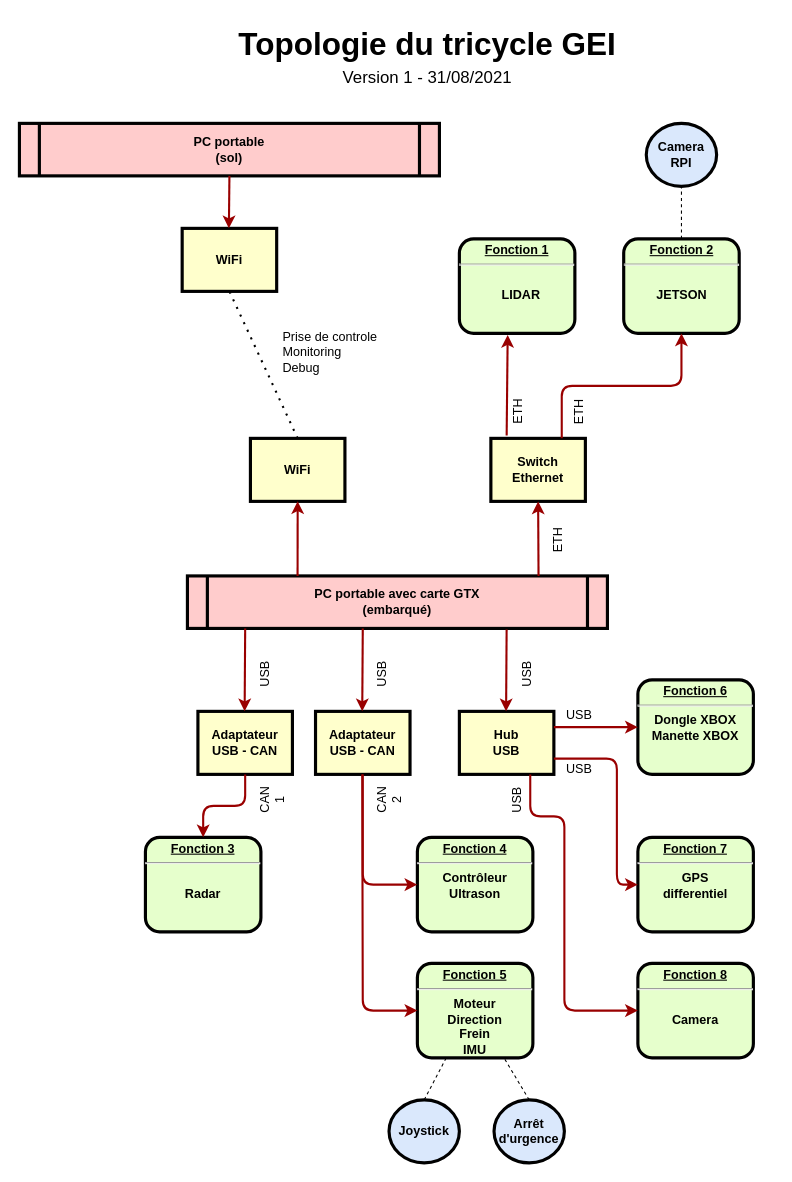
This is geicar/documentation/topologie.drawio from pehladik/geicar, a draw.io file, before an edit. Source tidied: cells renumbered, new cells numbered last; positions are measured from the earlier drawing's top-left corner, leaving out a move shared by most shapes. Both pictures are drawn from the tidied source at 105%, with x=0, y=0 at pixel (19, 18).
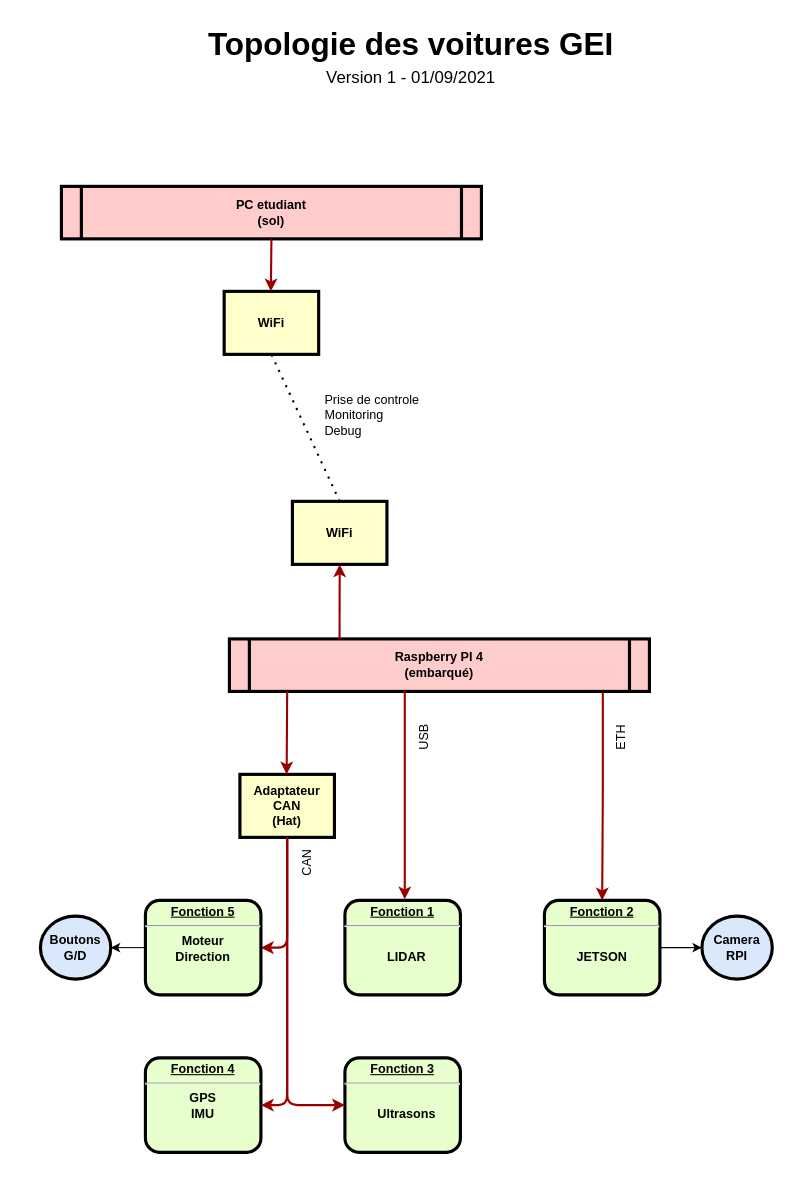
After the change.

Commit message (it also covers changes not shown here):
Mise a jour de la topologie de geicar

Change to the diagram source:
```diff
@@
-    <mxCell id="2" value="Switch Ethernet" style="whiteSpace=wrap;align=center;verticalAlign=middle;fontStyle=1;strokeWidth=3;fillColor=#FFFFCC;" parent="1" vertex="1">
-      <mxGeometry x="449" y="400" width="90" height="60" as="geometry" />
-    </mxCell>
-    <mxCell id="3" value="PC portable avec carte GTX &#10;(embarqué)" style="shape=process;whiteSpace=wrap;align=center;verticalAlign=middle;size=0.0475;fontStyle=1;strokeWidth=3;fillColor=#FFCCCC;" parent="1" vertex="1">
-      <mxGeometry x="160" y="531" width="400" height="50" as="geometry" />
+    <mxCell id="3" value="&#10;Raspberry PI 4&#10;(embarqué)&#10;" style="shape=process;whiteSpace=wrap;align=center;verticalAlign=middle;size=0.0475;fontStyle=1;strokeWidth=3;fillColor=#FFCCCC;" parent="1" vertex="1">
+      <mxGeometry x="200" y="591" width="400" height="50" as="geometry" />
     </mxCell>
     <mxCell id="4" value="&lt;p style=&quot;margin: 0px ; margin-top: 4px ; text-align: center ; text-decoration: underline&quot;&gt;&lt;strong&gt;Fonction 1&lt;br&gt;&lt;/strong&gt;&lt;/p&gt;&lt;hr&gt;&lt;p style=&quot;margin: 0px ; margin-left: 8px&quot;&gt;&lt;br&gt;&lt;/p&gt;&lt;p style=&quot;margin: 0px ; margin-left: 8px&quot; align=&quot;center&quot;&gt;LIDAR&lt;br&gt;&lt;/p&gt;" style="verticalAlign=middle;align=center;overflow=fill;fontSize=12;fontFamily=Helvetica;html=1;rounded=1;fontStyle=1;strokeWidth=3;fillColor=#E6FFCC;" parent="1" vertex="1">
-      <mxGeometry x="419" y="210" width="110" height="90" as="geometry" />
+      <mxGeometry x="310" y="840" width="110" height="90" as="geometry" />
     </mxCell>
     <mxCell id="5" value="&lt;p style=&quot;margin: 0px ; margin-top: 4px ; text-align: center ; text-decoration: underline&quot;&gt;&lt;strong&gt;&lt;strong&gt;Fonction 2&lt;/strong&gt;&lt;br&gt;&lt;/strong&gt;&lt;/p&gt;&lt;hr&gt;&lt;div&gt;&lt;br&gt;&lt;/div&gt;&lt;div&gt;JETSON&lt;/div&gt;" style="verticalAlign=middle;align=center;overflow=fill;fontSize=12;fontFamily=Helvetica;html=1;rounded=1;fontStyle=1;strokeWidth=3;fillColor=#E6FFCC;" parent="1" vertex="1">
-      <mxGeometry x="575.5" y="210" width="110" height="90" as="geometry" />
+      <mxGeometry x="500" y="840" width="110" height="90" as="geometry" />
     </mxCell>
-    <mxCell id="6" value="&lt;p style=&quot;margin: 0px ; margin-top: 4px ; text-align: center ; text-decoration: underline&quot;&gt;&lt;strong&gt;&lt;strong&gt;Fonction 3&lt;/strong&gt;&lt;/strong&gt;&lt;/p&gt;&lt;hr&gt;&lt;div&gt;&lt;br&gt;&lt;/div&gt;&lt;div&gt;Radar&lt;/div&gt;" style="verticalAlign=middle;align=center;overflow=fill;fontSize=12;fontFamily=Helvetica;html=1;rounded=1;fontStyle=1;strokeWidth=3;fillColor=#E6FFCC;" parent="1" vertex="1">
-      <mxGeometry x="120" y="780" width="110" height="90" as="geometry" />
-    </mxCell>
-    <mxCell id="7" value="Hub&#10; USB" style="whiteSpace=wrap;align=center;verticalAlign=middle;fontStyle=1;strokeWidth=3;fillColor=#FFFFCC;" parent="1" vertex="1">
-      <mxGeometry x="419" y="660" width="90" height="60" as="geometry" />
-    </mxCell>
-    <mxCell id="8" value="Adaptateur USB - CAN" style="whiteSpace=wrap;align=center;verticalAlign=middle;fontStyle=1;strokeWidth=3;fillColor=#FFFFCC;" parent="1" vertex="1">
-      <mxGeometry x="170" y="660" width="90" height="60" as="geometry" />
+    <mxCell id="8" value="&#10;Adaptateur CAN&#10;(Hat)&#10;" style="whiteSpace=wrap;align=center;verticalAlign=middle;fontStyle=1;strokeWidth=3;fillColor=#FFFFCC;" parent="1" vertex="1">
+      <mxGeometry x="210" y="720" width="90" height="60" as="geometry" />
     </mxCell>
     <mxCell id="9" style="edgeStyle=elbowEdgeStyle;elbow=horizontal;strokeColor=#990000;strokeWidth=2;entryX=0.5;entryY=0;entryDx=0;entryDy=0;" parent="1" edge="1" target="8">
       <mxGeometry relative="1" as="geometry">
-        <mxPoint x="215" y="581" as="sourcePoint" />
+        <mxPoint x="255" y="641" as="sourcePoint" />
         <Array as="points">
-          <mxPoint x="214.5" y="615" />
+          <mxPoint x="254.5" y="675" />
         </Array>
       </mxGeometry>
     </mxCell>
-    <mxCell id="10" value="USB" style="text;whiteSpace=wrap;html=1;rotation=-90;" parent="1" vertex="1">
-      <mxGeometry x="220" y="610" width="29" height="29" as="geometry" />
-    </mxCell>
-    <mxCell id="11" value="Adaptateur USB - CAN" style="whiteSpace=wrap;align=center;verticalAlign=middle;fontStyle=1;strokeWidth=3;fillColor=#FFFFCC;" parent="1" vertex="1">
-      <mxGeometry x="282" y="660" width="90" height="60" as="geometry" />
-    </mxCell>
-    <mxCell id="12" style="edgeStyle=elbowEdgeStyle;elbow=horizontal;strokeColor=#990000;strokeWidth=2;entryX=0.5;entryY=0;entryDx=0;entryDy=0;" parent="1" edge="1" target="11">
+    <mxCell id="12" style="elbow=horizontal;strokeColor=#990000;strokeWidth=2;edgeStyle=orthogonalEdgeStyle;" parent="1" edge="1">
       <mxGeometry relative="1" as="geometry">
-        <mxPoint x="327" y="581" as="sourcePoint" />
-        <Array as="points">
-          <mxPoint x="326.5" y="615" />
-        </Array>
+        <mxPoint x="367" y="641" as="sourcePoint" />
+        <mxPoint x="367" y="839" as="targetPoint" />
       </mxGeometry>
     </mxCell>
     <mxCell id="13" value="USB" style="text;whiteSpace=wrap;html=1;rotation=-90;" parent="1" vertex="1">
-      <mxGeometry x="332" y="610" width="29" height="29" as="geometry" />
+      <mxGeometry x="372" y="670" width="29" height="29" as="geometry" />
     </mxCell>
-    <mxCell id="14" style="strokeColor=#990000;strokeWidth=2;exitX=0.5;exitY=1;exitDx=0;exitDy=0;entryX=0.5;entryY=0;entryDx=0;entryDy=0;edgeStyle=orthogonalEdgeStyle;" parent="1" edge="1" source="8" target="6">
+    <mxCell id="14" style="strokeColor=#990000;strokeWidth=2;exitX=0.5;exitY=1;exitDx=0;exitDy=0;entryX=1;entryY=0.5;entryDx=0;entryDy=0;edgeStyle=orthogonalEdgeStyle;" parent="1" edge="1" source="8" target="15">
       <mxGeometry relative="1" as="geometry" />
     </mxCell>
-    <mxCell id="15" value="&lt;p style=&quot;margin: 0px ; margin-top: 4px ; text-align: center ; text-decoration: underline&quot;&gt;&lt;strong&gt;&lt;strong&gt;Fonction 5&lt;/strong&gt;&lt;br&gt;&lt;/strong&gt;&lt;/p&gt;&lt;hr&gt;&lt;div&gt;Moteur&lt;/div&gt;&lt;div&gt;Direction&lt;/div&gt;&lt;div&gt;Frein&lt;/div&gt;&lt;div&gt;IMU&lt;/div&gt;&lt;div&gt;&lt;br&gt;&lt;/div&gt;" style="verticalAlign=middle;align=center;overflow=fill;fontSize=12;fontFamily=Helvetica;html=1;rounded=1;fontStyle=1;strokeWidth=3;fillColor=#E6FFCC;" parent="1" vertex="1">
-      <mxGeometry x="379" y="900" width="110" height="90" as="geometry" />
+    <mxCell id="15" value="&lt;p style=&quot;margin: 0px ; margin-top: 4px ; text-align: center ; text-decoration: underline&quot;&gt;&lt;strong&gt;&lt;strong&gt;Fonction 5&lt;/strong&gt;&lt;br&gt;&lt;/strong&gt;&lt;/p&gt;&lt;hr&gt;&lt;div&gt;Moteur&lt;/div&gt;&lt;div&gt;Direction&lt;/div&gt;&lt;div&gt;&lt;br&gt;&lt;/div&gt;&lt;div&gt;&lt;br&gt;&lt;/div&gt;&lt;div&gt;&lt;br&gt;&lt;/div&gt;" style="verticalAlign=middle;align=center;overflow=fill;fontSize=12;fontFamily=Helvetica;html=1;rounded=1;fontStyle=1;strokeWidth=3;fillColor=#E6FFCC;" parent="1" vertex="1">
+      <mxGeometry x="120" y="840" width="110" height="90" as="geometry" />
     </mxCell>
-    <mxCell id="16" style="edgeStyle=elbowEdgeStyle;elbow=horizontal;strokeColor=#990000;strokeWidth=2;entryX=0;entryY=0.5;entryDx=0;entryDy=0;" parent="1" edge="1" target="15">
-      <mxGeometry relative="1" as="geometry">
-        <mxPoint x="326.5" y="720" as="sourcePoint" />
-        <Array as="points">
-          <mxPoint x="327" y="780" />
-        </Array>
-      </mxGeometry>
-    </mxCell>
-    <mxCell id="17" value="&lt;p style=&quot;margin: 0px ; margin-top: 4px ; text-align: center ; text-decoration: underline&quot;&gt;&lt;strong&gt;&lt;strong&gt;Fonction 4&lt;/strong&gt;&lt;br&gt;&lt;/strong&gt;&lt;/p&gt;&lt;hr&gt;&lt;div&gt;Contrôleur&lt;/div&gt;&lt;div&gt;Ultrason&lt;br&gt;&lt;/div&gt;" style="verticalAlign=middle;align=center;overflow=fill;fontSize=12;fontFamily=Helvetica;html=1;rounded=1;fontStyle=1;strokeWidth=3;fillColor=#E6FFCC;" parent="1" vertex="1">
-      <mxGeometry x="379" y="780" width="110" height="90" as="geometry" />
+    <mxCell id="17" value="&lt;p style=&quot;margin: 0px ; margin-top: 4px ; text-align: center ; text-decoration: underline&quot;&gt;&lt;strong&gt;&lt;strong&gt;Fonction 4&lt;/strong&gt;&lt;br&gt;&lt;/strong&gt;&lt;/p&gt;&lt;hr&gt;&lt;div&gt;GPS&lt;/div&gt;&lt;div&gt;IMU&lt;br&gt;&lt;/div&gt;" style="verticalAlign=middle;align=center;overflow=fill;fontSize=12;fontFamily=Helvetica;html=1;rounded=1;fontStyle=1;strokeWidth=3;fillColor=#E6FFCC;" parent="1" vertex="1">
+      <mxGeometry x="120" y="990" width="110" height="90" as="geometry" />
     </mxCell>
-    <mxCell id="18" style="edgeStyle=elbowEdgeStyle;elbow=horizontal;strokeColor=#990000;strokeWidth=2;exitX=0.5;exitY=1;exitDx=0;exitDy=0;entryX=0;entryY=0.5;entryDx=0;entryDy=0;" parent="1" edge="1" source="11" target="17">
-      <mxGeometry relative="1" as="geometry">
-        <Array as="points">
-          <mxPoint x="327" y="840" />
-        </Array>
-      </mxGeometry>
-    </mxCell>
-    <mxCell id="19" value="&lt;div align=&quot;center&quot;&gt;CAN&lt;br&gt;1&lt;/div&gt;&lt;div&gt;&lt;br&gt;&lt;/div&gt;" style="text;whiteSpace=wrap;html=1;rotation=-90;" parent="1" vertex="1">
-      <mxGeometry x="220" y="730" width="29" height="29" as="geometry" />
+    <mxCell id="19" value="&lt;div align=&quot;center&quot;&gt;CAN&lt;br&gt;&lt;/div&gt;&lt;div&gt;&lt;br&gt;&lt;/div&gt;" style="text;whiteSpace=wrap;html=1;rotation=-90;" parent="1" vertex="1">
+      <mxGeometry x="260" y="790" width="29" height="29" as="geometry" />
     </mxCell>
-    <mxCell id="20" value="&lt;div align=&quot;center&quot;&gt;CAN&lt;/div&gt;&lt;div align=&quot;center&quot;&gt;2&lt;br&gt;&lt;/div&gt;" style="text;whiteSpace=wrap;html=1;rotation=-90;" parent="1" vertex="1">
-      <mxGeometry x="332" y="730" width="29" height="29" as="geometry" />
-    </mxCell>
-    <mxCell id="21" style="edgeStyle=elbowEdgeStyle;elbow=horizontal;strokeColor=#990000;strokeWidth=2;entryX=0.5;entryY=0;entryDx=0;entryDy=0;" parent="1" edge="1" target="7">
-      <mxGeometry relative="1" as="geometry">
-        <mxPoint x="464" y="582" as="sourcePoint" />
-        <Array as="points">
-          <mxPoint x="463.5" y="615" />
-        </Array>
-      </mxGeometry>
-    </mxCell>
-    <mxCell id="22" value="USB" style="text;whiteSpace=wrap;html=1;rotation=-90;" parent="1" vertex="1">
-      <mxGeometry x="470" y="610" width="29" height="29" as="geometry" />
-    </mxCell>
-    <mxCell id="23" value="&lt;p style=&quot;margin: 0px ; margin-top: 4px ; text-align: center ; text-decoration: underline&quot;&gt;&lt;strong&gt;&lt;strong&gt;Fonction 7&lt;/strong&gt;&lt;br&gt;&lt;/strong&gt;&lt;/p&gt;&lt;hr&gt;GPS&lt;br&gt;differentiel&lt;br&gt;&lt;div&gt;&lt;br&gt;&lt;/div&gt;" style="verticalAlign=middle;align=center;overflow=fill;fontSize=12;fontFamily=Helvetica;html=1;rounded=1;fontStyle=1;strokeWidth=3;fillColor=#E6FFCC;" parent="1" vertex="1">
-      <mxGeometry x="589" y="780" width="110" height="90" as="geometry" />
-    </mxCell>
-    <mxCell id="24" value="&lt;p style=&quot;margin: 0px ; margin-top: 4px ; text-align: center ; text-decoration: underline&quot;&gt;&lt;strong&gt;&lt;strong&gt;Fonction 8&lt;/strong&gt;&lt;br&gt;&lt;/strong&gt;&lt;/p&gt;&lt;hr&gt;&lt;div&gt;&lt;br&gt;&lt;/div&gt;&lt;div&gt;Camera&lt;/div&gt;" style="verticalAlign=middle;align=center;overflow=fill;fontSize=12;fontFamily=Helvetica;html=1;rounded=1;fontStyle=1;strokeWidth=3;fillColor=#E6FFCC;" parent="1" vertex="1">
-      <mxGeometry x="589" y="900" width="110" height="90" as="geometry" />
-    </mxCell>
-    <mxCell id="25" style="edgeStyle=elbowEdgeStyle;elbow=horizontal;strokeColor=#990000;strokeWidth=2;entryX=0;entryY=0.5;entryDx=0;entryDy=0;exitX=1;exitY=0.75;exitDx=0;exitDy=0;" parent="1" edge="1" source="7" target="23">
-      <mxGeometry relative="1" as="geometry">
-        <Array as="points">
-          <mxPoint x="569" y="750" />
-        </Array>
-      </mxGeometry>
-    </mxCell>
-    <mxCell id="26" style="elbow=horizontal;strokeColor=#990000;strokeWidth=2;exitX=0.75;exitY=1;exitDx=0;exitDy=0;entryX=0;entryY=0.5;entryDx=0;entryDy=0;edgeStyle=orthogonalEdgeStyle;" parent="1" edge="1" source="7" target="24">
-      <mxGeometry relative="1" as="geometry">
-        <Array as="points">
-          <mxPoint x="487" y="760" />
-          <mxPoint x="519" y="760" />
-          <mxPoint x="519" y="945" />
-        </Array>
-      </mxGeometry>
-    </mxCell>
-    <mxCell id="27" value="USB" style="text;whiteSpace=wrap;html=1;rotation=0;" parent="1" vertex="1">
-      <mxGeometry x="519" y="701" width="29" height="29" as="geometry" />
-    </mxCell>
-    <mxCell id="28" value="USB" style="text;whiteSpace=wrap;html=1;rotation=-90;" parent="1" vertex="1">
-      <mxGeometry x="460" y="730" width="29" height="29" as="geometry" />
-    </mxCell>
-    <mxCell id="29" style="edgeStyle=elbowEdgeStyle;elbow=horizontal;strokeColor=#990000;strokeWidth=2;entryX=0.5;entryY=1;entryDx=0;entryDy=0;exitX=0.836;exitY=0.001;exitDx=0;exitDy=0;exitPerimeter=0;" parent="1" edge="1" source="3" target="2">
-      <mxGeometry relative="1" as="geometry" />
-    </mxCell>
-    <mxCell id="30" value="&lt;div&gt;ETH&lt;/div&gt;" style="text;whiteSpace=wrap;html=1;rotation=-90;" parent="1" vertex="1">
-      <mxGeometry x="499" y="482" width="29" height="29" as="geometry" />
-    </mxCell>
-    <mxCell id="31" style="edgeStyle=elbowEdgeStyle;elbow=horizontal;strokeColor=#990000;strokeWidth=2;entryX=0.422;entryY=1.016;entryDx=0;entryDy=0;exitX=0.167;exitY=-0.045;exitDx=0;exitDy=0;exitPerimeter=0;entryPerimeter=0;" parent="1" edge="1" source="2" target="4">
-      <mxGeometry relative="1" as="geometry" />
-    </mxCell>
-    <mxCell id="32" style="strokeColor=#990000;strokeWidth=2;exitX=0.75;exitY=0;exitDx=0;exitDy=0;entryX=0.5;entryY=1;entryDx=0;entryDy=0;edgeStyle=orthogonalEdgeStyle;" parent="1" edge="1" source="2" target="5">
+    <mxCell id="32" style="strokeColor=#990000;strokeWidth=2;entryX=0.5;entryY=0;entryDx=0;entryDy=0;exitX=0.889;exitY=1.015;exitDx=0;exitDy=0;exitPerimeter=0;edgeStyle=orthogonalEdgeStyle;" parent="1" edge="1" source="3" target="5">
       <mxGeometry relative="1" as="geometry" />
     </mxCell>
-    <mxCell id="33" value="&lt;div&gt;ETH&lt;/div&gt;" style="text;whiteSpace=wrap;html=1;rotation=-90;" parent="1" vertex="1">
-      <mxGeometry x="461.5" y="360" width="29" height="29" as="geometry" />
-    </mxCell>
     <mxCell id="34" value="&lt;div&gt;ETH&lt;/div&gt;" style="text;whiteSpace=wrap;html=1;rotation=-90;" parent="1" vertex="1">
-      <mxGeometry x="519" y="360" width="29" height="29" as="geometry" />
+      <mxGeometry x="559" y="670" width="29" height="29" as="geometry" />
     </mxCell>
-    <mxCell id="35" value="&lt;b&gt;Joystick&lt;/b&gt;" style="ellipse;whiteSpace=wrap;html=1;fillColor=#dae8fc;strokeWidth=3;" parent="1" vertex="1">
-      <mxGeometry x="352" y="1030" width="67" height="60" as="geometry" />
+    <mxCell id="35" value="&lt;div&gt;&lt;b&gt;Boutons&lt;/b&gt;&lt;/div&gt;&lt;div&gt;&lt;b&gt;G/D&lt;/b&gt;&lt;br&gt;&lt;/div&gt;" style="ellipse;whiteSpace=wrap;html=1;fillColor=#dae8fc;strokeWidth=3;" parent="1" vertex="1">
+      <mxGeometry x="20" y="855" width="67" height="60" as="geometry" />
     </mxCell>
-    <mxCell id="36" value="&lt;div&gt;&lt;b&gt;Arrêt&lt;/b&gt;&lt;/div&gt;&lt;div&gt;&lt;b&gt;d'urgence&lt;/b&gt;&lt;/div&gt;" style="ellipse;whiteSpace=wrap;html=1;fillColor=#dae8fc;strokeWidth=3;" parent="1" vertex="1">
-      <mxGeometry x="452" y="1030" width="67" height="60" as="geometry" />
-    </mxCell>
-    <mxCell id="37" style="endArrow=none;dashed=1;html=1;entryX=0.25;entryY=1;entryDx=0;entryDy=0;exitX=0.5;exitY=0;exitDx=0;exitDy=0;" parent="1" edge="1" source="35" target="15">
-      <mxGeometry relative="1" as="geometry" />
-    </mxCell>
-    <mxCell id="38" style="endArrow=none;dashed=1;html=1;entryX=0.75;entryY=1;entryDx=0;entryDy=0;exitX=0.5;exitY=0;exitDx=0;exitDy=0;" parent="1" edge="1" source="36" target="15">
-      <mxGeometry relative="1" as="geometry" />
-    </mxCell>
     <mxCell id="39" value="&lt;b&gt;Camera&lt;br&gt;RPI&lt;/b&gt;" style="ellipse;whiteSpace=wrap;html=1;fillColor=#dae8fc;strokeWidth=3;" parent="1" vertex="1">
-      <mxGeometry x="597" y="100" width="67" height="60" as="geometry" />
+      <mxGeometry x="650" y="855" width="67" height="60" as="geometry" />
     </mxCell>
-    <mxCell id="40" style="endArrow=none;dashed=1;html=1;entryX=0.5;entryY=1;entryDx=0;entryDy=0;exitX=0.5;exitY=0;exitDx=0;exitDy=0;" parent="1" edge="1" source="5" target="39">
-      <mxGeometry relative="1" as="geometry" />
-    </mxCell>
-    <mxCell id="41" value="&lt;p style=&quot;margin: 0px ; margin-top: 4px ; text-align: center ; text-decoration: underline&quot;&gt;&lt;strong&gt;&lt;strong&gt;Fonction 6&lt;/strong&gt;&lt;br&gt;&lt;/strong&gt;&lt;/p&gt;&lt;hr&gt;&lt;div&gt;Dongle XBOX&lt;/div&gt;Manette XBOX&lt;br&gt;&lt;div&gt;&lt;br&gt;&lt;/div&gt;" style="verticalAlign=middle;align=center;overflow=fill;fontSize=12;fontFamily=Helvetica;html=1;rounded=1;fontStyle=1;strokeWidth=3;fillColor=#E6FFCC;" parent="1" vertex="1">
-      <mxGeometry x="589" y="630" width="110" height="90" as="geometry" />
-    </mxCell>
-    <mxCell id="42" style="edgeStyle=elbowEdgeStyle;elbow=horizontal;strokeColor=#990000;strokeWidth=2;entryX=0;entryY=0.5;entryDx=0;entryDy=0;exitX=1;exitY=0.25;exitDx=0;exitDy=0;" parent="1" edge="1" source="7" target="41">
-      <mxGeometry relative="1" as="geometry">
-        <Array as="points">
-          <mxPoint x="549" y="690" />
-        </Array>
-      </mxGeometry>
-    </mxCell>
-    <mxCell id="43" value="USB" style="text;whiteSpace=wrap;html=1;rotation=0;" parent="1" vertex="1">
-      <mxGeometry x="519" y="650" width="29" height="29" as="geometry" />
-    </mxCell>
     <mxCell id="44" value="WiFi" style="whiteSpace=wrap;align=center;verticalAlign=middle;fontStyle=1;strokeWidth=3;fillColor=#FFFFCC;" parent="1" vertex="1">
-      <mxGeometry x="220" y="400" width="90" height="60" as="geometry" />
+      <mxGeometry x="260" y="460" width="90" height="60" as="geometry" />
     </mxCell>
     <mxCell id="45" style="edgeStyle=elbowEdgeStyle;elbow=horizontal;strokeColor=#990000;strokeWidth=2;entryX=0.5;entryY=1;entryDx=0;entryDy=0;exitX=0.836;exitY=0.001;exitDx=0;exitDy=0;exitPerimeter=0;" parent="1" edge="1">
       <mxGeometry relative="1" as="geometry">
-        <mxPoint x="264.9" y="531" as="sourcePoint" />
-        <mxPoint x="264.5" y="459.9" as="targetPoint" />
+        <mxPoint x="304.9" y="591" as="sourcePoint" />
+        <mxPoint x="304.5" y="520" as="targetPoint" />
       </mxGeometry>
     </mxCell>
-    <mxCell id="46" value="PC portable &#10;(sol)" style="shape=process;whiteSpace=wrap;align=center;verticalAlign=middle;size=0.0475;fontStyle=1;strokeWidth=3;fillColor=#FFCCCC;" parent="1" vertex="1">
-      <mxGeometry y="100" width="400" height="50" as="geometry" />
+    <mxCell id="46" value="PC etudiant &#10;(sol)" style="shape=process;whiteSpace=wrap;align=center;verticalAlign=middle;size=0.0475;fontStyle=1;strokeWidth=3;fillColor=#FFCCCC;" parent="1" vertex="1">
+      <mxGeometry x="40" y="160" width="400" height="50" as="geometry" />
     </mxCell>
     <mxCell id="47" value="WiFi" style="whiteSpace=wrap;align=center;verticalAlign=middle;fontStyle=1;strokeWidth=3;fillColor=#FFFFCC;" parent="1" vertex="1">
-      <mxGeometry x="155" y="200" width="90" height="60" as="geometry" />
+      <mxGeometry x="195" y="260" width="90" height="60" as="geometry" />
     </mxCell>
     <mxCell id="48" style="edgeStyle=elbowEdgeStyle;elbow=horizontal;strokeColor=#990000;strokeWidth=2;entryX=0.5;entryY=0;entryDx=0;entryDy=0;exitX=0.5;exitY=1;exitDx=0;exitDy=0;" parent="1" edge="1" source="46" target="47">
       <mxGeometry relative="1" as="geometry">
         <Array as="points">
-          <mxPoint x="199.5" y="184" />
+          <mxPoint x="239.5" y="244" />
         </Array>
       </mxGeometry>
     </mxCell>
@@
     <mxCell id="50" value="Prise de controle&lt;br&gt;Monitoring&lt;br&gt;Debug" style="text;whiteSpace=wrap;html=1;rotation=0;" parent="1" vertex="1">
-      <mxGeometry x="249" y="290" width="121" height="70" as="geometry" />
+      <mxGeometry x="289" y="350" width="121" height="70" as="geometry" />
     </mxCell>
-    <mxCell id="51" value="&lt;div style=&quot;font-size: 20px&quot; align=&quot;center&quot;&gt;&lt;font style=&quot;font-size: 20px&quot;&gt;&lt;b&gt;&lt;font style=&quot;font-size: 30px&quot;&gt;Topologie du tricycle GEI&lt;/font&gt;&lt;br&gt;&lt;/b&gt;&lt;font style=&quot;font-size: 16px&quot;&gt;Version 1 - 31/08/2021&lt;/font&gt;&lt;b&gt;&lt;br&gt;&lt;/b&gt;&lt;/font&gt;&lt;/div&gt;" style="text;whiteSpace=wrap;html=1;rotation=0;" parent="1" vertex="1">
-      <mxGeometry x="207" width="390" height="60" as="geometry" />
+    <mxCell id="51" value="&lt;div style=&quot;font-size: 20px&quot; align=&quot;center&quot;&gt;&lt;font style=&quot;font-size: 20px&quot;&gt;&lt;b&gt;&lt;font style=&quot;font-size: 30px&quot;&gt;Topologie des voitures GEI&lt;/font&gt;&lt;br&gt;&lt;/b&gt;&lt;font style=&quot;font-size: 16px&quot;&gt;Version 1 - 01/09/2021&lt;/font&gt;&lt;b&gt;&lt;br&gt;&lt;/b&gt;&lt;/font&gt;&lt;/div&gt;" style="text;whiteSpace=wrap;html=1;rotation=0;" parent="1" vertex="1">
+      <mxGeometry x="178" width="390" height="60" as="geometry" />
     </mxCell>
+    <mxCell id="52" style="strokeColor=#990000;strokeWidth=2;exitX=0.5;exitY=1;exitDx=0;exitDy=0;entryX=1;entryY=0.5;entryDx=0;entryDy=0;edgeStyle=orthogonalEdgeStyle;" parent="1" edge="1" source="8" target="17">
+      <mxGeometry relative="1" as="geometry" />
+    </mxCell>
+    <mxCell id="53" value="&lt;p style=&quot;margin: 0px ; margin-top: 4px ; text-align: center ; text-decoration: underline&quot;&gt;&lt;strong&gt;Fonction 3&lt;br&gt;&lt;/strong&gt;&lt;/p&gt;&lt;hr&gt;&lt;p style=&quot;margin: 0px ; margin-left: 8px&quot;&gt;&lt;br&gt;&lt;/p&gt;&lt;p style=&quot;margin: 0px ; margin-left: 8px&quot; align=&quot;center&quot;&gt;Ultrasons&lt;br&gt;&lt;/p&gt;" style="verticalAlign=middle;align=center;overflow=fill;fontSize=12;fontFamily=Helvetica;html=1;rounded=1;fontStyle=1;strokeWidth=3;fillColor=#E6FFCC;" parent="1" vertex="1">
+      <mxGeometry x="310" y="990" width="110" height="90" as="geometry" />
+    </mxCell>
+    <mxCell id="54" style="elbow=horizontal;strokeColor=#990000;strokeWidth=2;entryX=0;entryY=0.5;entryDx=0;entryDy=0;exitX=0.5;exitY=1;exitDx=0;exitDy=0;edgeStyle=orthogonalEdgeStyle;" parent="1" edge="1" source="8" target="53">
+      <mxGeometry relative="1" as="geometry" />
+    </mxCell>
+    <mxCell id="40" style="endArrow=classic;html=1;entryX=0;entryY=0.5;entryDx=0;entryDy=0;exitX=1;exitY=0.5;exitDx=0;exitDy=0;" parent="1" edge="1" source="5" target="39">
+      <mxGeometry relative="1" as="geometry" />
+    </mxCell>
+    <mxCell id="55" style="endArrow=classic;html=1;entryX=1;entryY=0.5;entryDx=0;entryDy=0;exitX=0;exitY=0.5;exitDx=0;exitDy=0;" parent="1" edge="1" source="15" target="35">
+      <mxGeometry relative="1" as="geometry" />
+    </mxCell>
```
